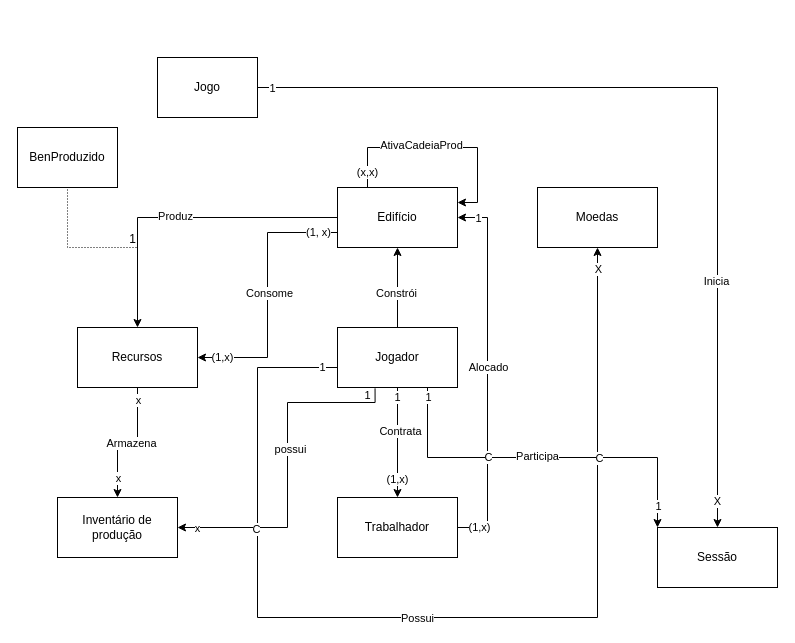
Above: Diagrama sem nome.drawio in Julio-devI/BmApi (draw.io), before the change. Source tidied: cells renumbered, new cells numbered last; positions are measured from the earlier drawing's top-left corner, leaving out a move shared by most shapes. Both pictures are drawn from the tidied source at 100%, with x=0, y=0 at pixel (17, 57).
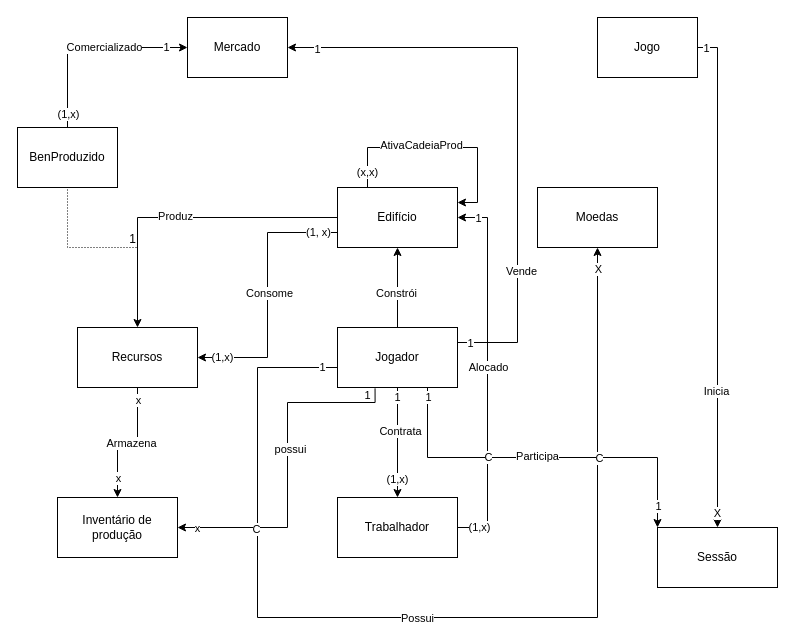
After the change.

Unchanged cells that the change refers to:
```xml
<mxCell id="22" value="Jogador" style="rounded=0;whiteSpace=wrap;html=1;" parent="1" vertex="1">
  <mxGeometry x="320" y="270" width="120" height="60" as="geometry" />
</mxCell>
<mxCell id="54" value="BenProduzido" style="rounded=0;whiteSpace=wrap;html=1;" parent="1" vertex="1">
  <mxGeometry y="70" width="100" height="60" as="geometry" />
</mxCell>
```

Diff of the diagram source:
```diff
@@
+    <mxCell id="55" style="edgeStyle=orthogonalEdgeStyle;rounded=0;jettySize=auto;html=1;exitX=1;exitY=0.25;exitDx=0;exitDy=0;entryX=1;entryY=0.5;entryDx=0;entryDy=0;" parent="1" edge="1" source="22" target="63">
+      <mxGeometry relative="1" as="geometry">
+        <Array as="points">
+          <mxPoint x="500" y="285" />
+          <mxPoint x="500" y="-10" />
+        </Array>
+      </mxGeometry>
+    </mxCell>
+    <mxCell id="56" value="Vende" style="edgeLabel;html=1;align=center;verticalAlign=middle;" parent="55" vertex="1">
+      <mxGeometry x="-0.55" y="-3" relative="1" as="geometry" />
+    </mxCell>
+    <mxCell id="57" value="1" style="edgeLabel;html=1;align=center;verticalAlign=middle;" parent="55" vertex="1">
+      <mxGeometry x="-0.96" relative="1" as="geometry" />
+    </mxCell>
+    <mxCell id="58" value="1" style="edgeLabel;html=1;align=center;verticalAlign=middle;" parent="55" vertex="1">
+      <mxGeometry x="0.9" y="1" relative="1" as="geometry" />
+    </mxCell>
@@
     <mxCell id="46" value="Jogo" style="rounded=0;whiteSpace=wrap;html=1;" parent="1" vertex="1">
-      <mxGeometry x="140" width="100" height="60" as="geometry" />
+      <mxGeometry x="580" y="-40" width="100" height="60" as="geometry" />
     </mxCell>
@@
+    <mxCell id="59" style="edgeStyle=orthogonalEdgeStyle;rounded=0;jettySize=auto;html=1;exitX=0.5;exitY=0;exitDx=0;exitDy=0;entryX=0;entryY=0.5;entryDx=0;entryDy=0;" parent="1" edge="1" source="54" target="63">
+      <mxGeometry relative="1" as="geometry" />
+    </mxCell>
+    <mxCell id="60" value="Comercializado" style="edgeLabel;html=1;align=center;verticalAlign=middle;" parent="59" vertex="1">
+      <mxGeometry x="0.16" y="1" relative="1" as="geometry" />
+    </mxCell>
+    <mxCell id="61" value="(1,x)" style="edgeLabel;html=1;align=center;verticalAlign=middle;" parent="59" vertex="1">
+      <mxGeometry x="-0.86" y="-4" relative="1" as="geometry">
+        <mxPoint x="-4" as="offset" />
+      </mxGeometry>
+    </mxCell>
+    <mxCell id="62" value="1" style="edgeLabel;html=1;align=center;verticalAlign=middle;" parent="59" vertex="1">
+      <mxGeometry x="0.78" y="1" relative="1" as="geometry" />
+    </mxCell>
@@
+    <mxCell id="63" value="Mercado" style="rounded=0;whiteSpace=wrap;html=1;" parent="1" vertex="1">
+      <mxGeometry x="170" y="-40" width="100" height="60" as="geometry" />
+    </mxCell>
```
